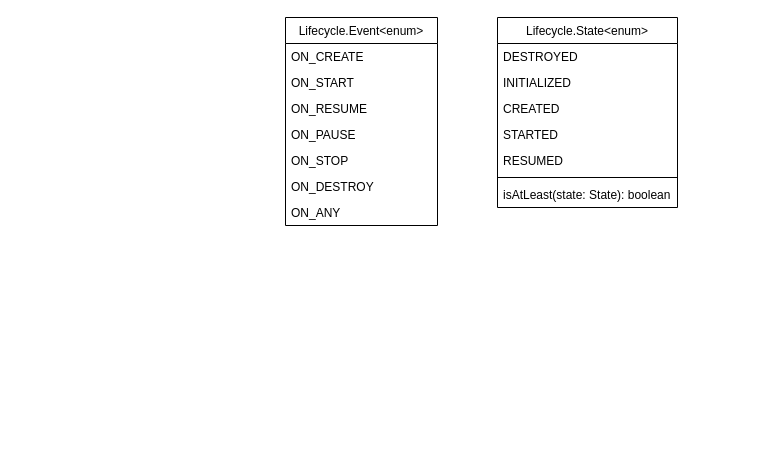
Eanam/PointlessDiagram keeps this draw.io diagram as LIfecycle.drawio. Above is the earlier version. Source tidied: cells renumbered, new cells numbered last; positions are measured from the earlier drawing's top-left corner, leaving out a move shared by most shapes. Both pictures are drawn from the tidied source at 100%, with x=0, y=0 at pixel (285, 17).
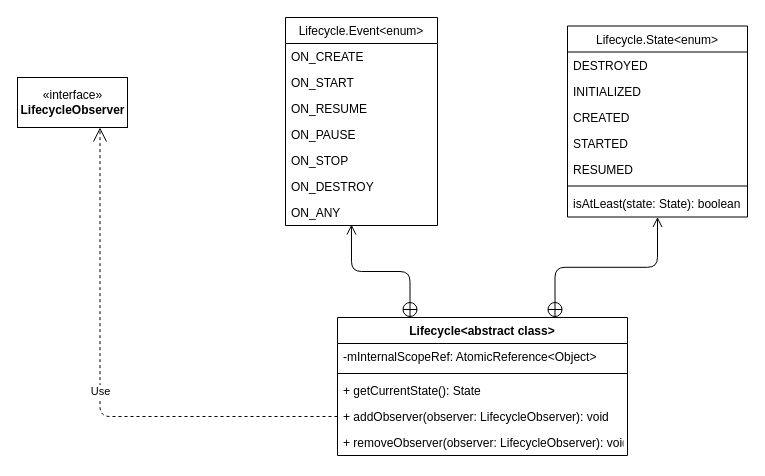
The same diagram, later.

Commit message:
complete Lifecycle class

Unchanged cells that the change refers to:
```xml
<mxCell id="9" value="ON_ANY" style="text;align=left;verticalAlign=top;spacingLeft=4;spacingRight=4;overflow=hidden;points=[[0,0.5],[1,0.5]];portConstraint=eastwest;rounded=0;shadow=0;html=0;" parent="2" vertex="1">
  <mxGeometry y="182" width="152" height="26" as="geometry" />
</mxCell>
```

Change to the diagram source:
```diff
@@
     <mxCell id="10" value="Lifecycle.State&lt;enum&gt;" style="swimlane;fontStyle=0;align=center;verticalAlign=top;horizontal=1;startSize=26;rounded=0;shadow=0;strokeWidth=1;" parent="1" vertex="1">
-      <mxGeometry x="212" width="180" height="190" as="geometry" />
+      <mxGeometry x="282" y="8.5" width="180" height="191" as="geometry" />
     </mxCell>
@@
+    <mxCell id="18" value="Lifecycle&lt;abstract class&gt;" style="swimlane;fontStyle=1;align=center;verticalAlign=top;horizontal=1;startSize=26;" parent="1" vertex="1">
+      <mxGeometry x="52" y="300" width="290" height="138" as="geometry" />
+    </mxCell>
+    <mxCell id="19" value="-mInternalScopeRef: AtomicReference&lt;Object&gt;" style="text;strokeColor=none;fillColor=none;align=left;verticalAlign=top;spacingLeft=4;spacingRight=4;overflow=hidden;" parent="18" vertex="1">
+      <mxGeometry y="26" width="290" height="26" as="geometry" />
+    </mxCell>
+    <mxCell id="20" style="line;strokeWidth=1;fillColor=none;align=left;verticalAlign=middle;spacingTop=-1;spacingLeft=3;spacingRight=3;labelPosition=right;" parent="18" vertex="1">
+      <mxGeometry y="52" width="290" height="8" as="geometry" />
+    </mxCell>
+    <mxCell id="21" value="+ getCurrentState(): State" style="text;strokeColor=none;fillColor=none;align=left;verticalAlign=top;spacingLeft=4;spacingRight=4;overflow=hidden;" parent="18" vertex="1">
+      <mxGeometry y="60" width="290" height="26" as="geometry" />
+    </mxCell>
+    <mxCell id="22" value="+ addObserver(observer: LifecycleObserver): void" style="text;strokeColor=none;fillColor=none;align=left;verticalAlign=top;spacingLeft=4;spacingRight=4;overflow=hidden;points=[[0,0.5],[1,0.5]];portConstraint=eastwest;" parent="18" vertex="1">
+      <mxGeometry y="86" width="290" height="26" as="geometry" />
+    </mxCell>
+    <mxCell id="23" value="+ removeObserver(observer: LifecycleObserver): void" style="text;strokeColor=none;fillColor=none;align=left;verticalAlign=top;spacingLeft=4;spacingRight=4;overflow=hidden;" parent="18" vertex="1">
+      <mxGeometry y="112" width="290" height="26" as="geometry" />
+    </mxCell>
+    <mxCell id="24" style="endArrow=open;startArrow=circlePlus;endFill=0;startFill=0;endSize=8;html=1;exitX=0.25;exitY=0;exitDx=0;exitDy=0;entryX=0.434;entryY=0.962;entryDx=0;entryDy=0;entryPerimeter=0;edgeStyle=orthogonalEdgeStyle;" parent="1" edge="1" source="18" target="9">
+      <mxGeometry relative="1" as="geometry" />
+    </mxCell>
+    <mxCell id="25" style="endArrow=open;startArrow=circlePlus;endFill=0;startFill=0;endSize=8;html=1;exitX=0.75;exitY=0;exitDx=0;exitDy=0;entryX=0.5;entryY=1;entryDx=0;entryDy=0;edgeStyle=orthogonalEdgeStyle;" parent="1" edge="1" source="18" target="10">
+      <mxGeometry relative="1" as="geometry" />
+    </mxCell>
+    <mxCell id="26" value="«interface»&lt;br&gt;&lt;b&gt;LifecycleObserver&lt;/b&gt;" style="html=1;" parent="1" vertex="1">
+      <mxGeometry x="-268" y="60" width="110" height="50" as="geometry" />
+    </mxCell>
+    <mxCell id="27" value="Use" style="endArrow=open;endSize=12;dashed=1;html=1;exitX=0;exitY=0.5;exitDx=0;exitDy=0;entryX=0.75;entryY=1;entryDx=0;entryDy=0;edgeStyle=orthogonalEdgeStyle;" parent="1" edge="1" source="22" target="26">
+      <mxGeometry relative="1" as="geometry" />
+    </mxCell>
```
